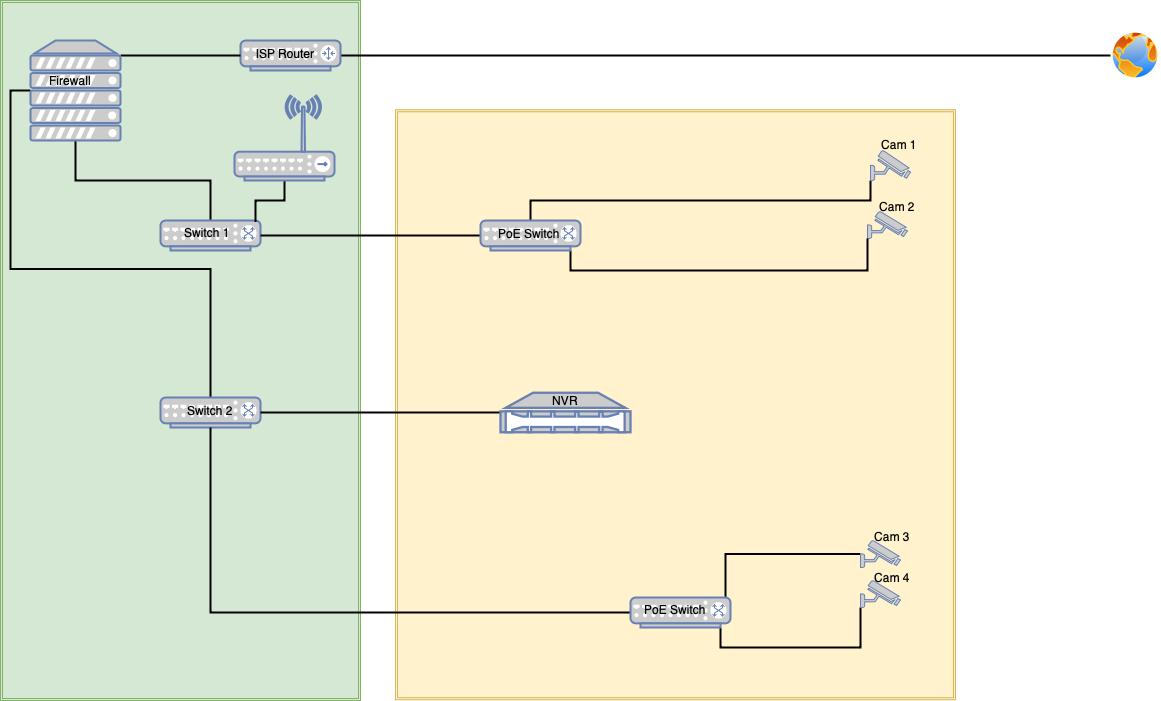
dherbolt/home-network keeps this draw.io diagram as diagram.png. Above is the earlier version. Source tidied: cells renumbered, new cells last; positions are measured from the earlier drawing's top-left corner, leaving out a move shared by most shapes.
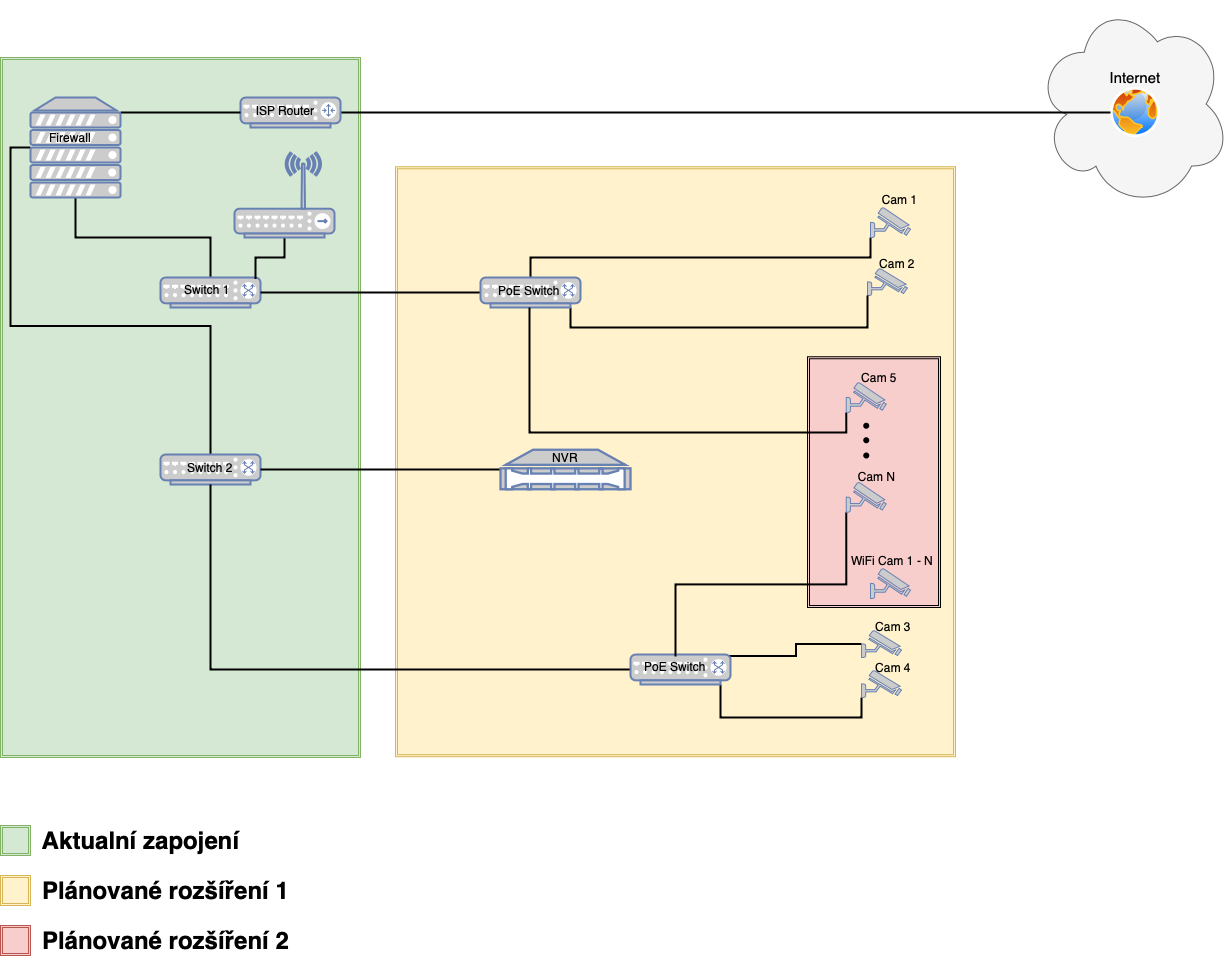
The same diagram one commit later.

The edit, as a diff of the source:
```diff
@@ -2,6 +2,9 @@
   <root>
     <mxCell id="0" style="html=1;" />
     <mxCell id="1" style="html=1;" parent="0" />
+    <mxCell id="40" style="ellipse;shape=cloud;whiteSpace=wrap;html=1;fontSize=15;fillColor=#f5f5f5;strokeColor=#666666;fontColor=#333333;" parent="1" vertex="1">
+      <mxGeometry x="1035" y="-57" width="195" height="207" as="geometry" />
+    </mxCell>
     <mxCell id="2" style="shape=ext;double=1;rounded=0;whiteSpace=wrap;html=1;fillColor=#d5e8d4;strokeColor=#82b366;" parent="1" vertex="1">
       <mxGeometry width="360" height="700" as="geometry" />
     </mxCell>
@@ -33,7 +36,7 @@
       <mxGeometry relative="1" as="geometry" />
     </mxCell>
     <mxCell id="12" style="fontColor=#0066CC;verticalAlign=top;verticalLabelPosition=bottom;labelPosition=center;align=center;html=1;outlineConnect=0;fillColor=#CCCCCC;strokeColor=#6881B3;gradientColor=none;gradientDirection=north;strokeWidth=2;shape=mxgraph.networks.security_camera;" parent="1" vertex="1">
-      <mxGeometry x="860" y="540" width="40" height="27" as="geometry" />
+      <mxGeometry x="861" y="573" width="40" height="27" as="geometry" />
     </mxCell>
     <mxCell id="13" style="edgeStyle=orthogonalEdgeStyle;rounded=0;jettySize=auto;html=1;exitX=0;exitY=0.5;exitDx=0;exitDy=0;exitPerimeter=0;entryX=1;entryY=0.5;entryDx=0;entryDy=0;entryPerimeter=0;endArrow=none;endFill=0;strokeWidth=2;" parent="1" edge="1" source="14" target="10">
       <mxGeometry relative="1" as="geometry" />
@@ -45,7 +48,7 @@
       <mxGeometry relative="1" as="geometry" />
     </mxCell>
     <mxCell id="16" style="fontColor=#0066CC;verticalAlign=top;verticalLabelPosition=bottom;labelPosition=center;align=center;html=1;outlineConnect=0;fillColor=#CCCCCC;strokeColor=#6881B3;gradientColor=none;gradientDirection=north;strokeWidth=2;shape=mxgraph.networks.security_camera;" parent="1" vertex="1">
-      <mxGeometry x="860" y="580" width="40" height="27" as="geometry" />
+      <mxGeometry x="861" y="613" width="40" height="27" as="geometry" />
     </mxCell>
     <mxCell id="17" style="fontColor=#0066CC;verticalAlign=top;verticalLabelPosition=bottom;labelPosition=center;align=center;html=1;outlineConnect=0;fillColor=#CCCCCC;strokeColor=#6881B3;gradientColor=none;gradientDirection=north;strokeWidth=2;shape=mxgraph.networks.security_camera;" parent="1" vertex="1">
       <mxGeometry x="867" y="211" width="40" height="27" as="geometry" />
@@ -105,16 +108,75 @@
       <mxGeometry x="234" y="95" width="100" height="85" as="geometry" />
     </mxCell>
     <mxCell id="36" value="Cam 1" style="text;html=1;strokeColor=none;fillColor=none;align=center;verticalAlign=middle;whiteSpace=wrap;rounded=0;" parent="1" vertex="1">
-      <mxGeometry x="879" y="134" width="40" height="20" as="geometry" />
+      <mxGeometry x="879" y="134" width="41" height="16" as="geometry" />
     </mxCell>
     <mxCell id="37" value="Cam 2" style="text;html=1;strokeColor=none;fillColor=none;align=center;verticalAlign=middle;whiteSpace=wrap;rounded=0;" parent="1" vertex="1">
       <mxGeometry x="877" y="196" width="40" height="20" as="geometry" />
     </mxCell>
     <mxCell id="38" value="Cam 3" style="text;html=1;strokeColor=none;fillColor=none;align=center;verticalAlign=middle;whiteSpace=wrap;rounded=0;" parent="1" vertex="1">
-      <mxGeometry x="872" y="526" width="40" height="20" as="geometry" />
+      <mxGeometry x="873" y="559" width="40" height="20" as="geometry" />
     </mxCell>
     <mxCell id="39" value="Cam 4" style="text;html=1;strokeColor=none;fillColor=none;align=center;verticalAlign=middle;whiteSpace=wrap;rounded=0;" parent="1" vertex="1">
-      <mxGeometry x="872" y="567" width="40" height="20" as="geometry" />
+      <mxGeometry x="873" y="600" width="40" height="20" as="geometry" />
     </mxCell>
+    <mxCell id="41" style="shape=ext;double=1;rounded=0;whiteSpace=wrap;html=1;fillColor=#F8CECC;" parent="1" vertex="1">
+      <mxGeometry x="807" y="299.2" width="133" height="250.8" as="geometry" />
+    </mxCell>
+    <mxCell id="42" style="fontColor=#0066CC;verticalAlign=top;verticalLabelPosition=bottom;labelPosition=center;align=center;html=1;fillColor=#CCCCCC;strokeColor=#6881B3;gradientColor=none;gradientDirection=north;strokeWidth=2;shape=mxgraph.networks.security_camera;" parent="1" vertex="1">
+      <mxGeometry x="870" y="511" width="40" height="30" as="geometry" />
+    </mxCell>
+    <mxCell id="43" value="WiFi Cam 1 - N" style="text;html=1;strokeColor=none;fillColor=none;align=center;verticalAlign=middle;whiteSpace=wrap;rounded=0;" parent="1" vertex="1">
+      <mxGeometry x="842" y="490" width="100" height="25.5" as="geometry" />
+    </mxCell>
+    <mxCell id="44" style="edgeStyle=orthogonalEdgeStyle;rounded=0;jettySize=auto;html=1;exitX=0;exitY=1;exitDx=0;exitDy=0;exitPerimeter=0;entryX=0.5;entryY=0;entryDx=0;entryDy=0;endArrow=none;endFill=0;strokeWidth=2;" parent="1" edge="1" source="45" target="31">
+      <mxGeometry relative="1" as="geometry" />
+    </mxCell>
+    <mxCell id="45" style="fontColor=#0066CC;verticalAlign=top;verticalLabelPosition=bottom;labelPosition=center;align=center;html=1;outlineConnect=0;fillColor=#CCCCCC;strokeColor=#6881B3;gradientColor=none;gradientDirection=north;strokeWidth=2;shape=mxgraph.networks.security_camera;" parent="1" vertex="1">
+      <mxGeometry x="845.8" y="424.8" width="40" height="30" as="geometry" />
+    </mxCell>
+    <mxCell id="46" value="Cam N" style="text;html=1;strokeColor=none;fillColor=none;align=center;verticalAlign=middle;whiteSpace=wrap;rounded=0;" parent="1" vertex="1">
+      <mxGeometry x="850" y="409" width="53.4" height="19" as="geometry" />
+    </mxCell>
+    <mxCell id="47" style="edgeStyle=orthogonalEdgeStyle;rounded=0;jettySize=auto;html=1;exitX=0;exitY=1;exitDx=0;exitDy=0;exitPerimeter=0;endArrow=none;endFill=0;strokeWidth=2;" parent="1" edge="1" source="48">
+      <mxGeometry relative="1" as="geometry">
+        <mxPoint x="529" y="250" as="targetPoint" />
+      </mxGeometry>
+    </mxCell>
+    <mxCell id="48" style="fontColor=#0066CC;verticalAlign=top;verticalLabelPosition=bottom;labelPosition=center;align=center;html=1;outlineConnect=0;fillColor=#CCCCCC;strokeColor=#6881B3;gradientColor=none;gradientDirection=north;strokeWidth=2;shape=mxgraph.networks.security_camera;" parent="1" vertex="1">
+      <mxGeometry x="845.8" y="325" width="40" height="30" as="geometry" />
+    </mxCell>
+    <mxCell id="49" value="Cam 5" style="text;html=1;strokeColor=none;fillColor=none;align=center;verticalAlign=middle;whiteSpace=wrap;rounded=0;" parent="1" vertex="1">
+      <mxGeometry x="850.8" y="310" width="56.2" height="20" as="geometry" />
+    </mxCell>
+    <mxCell id="50" style="shape=waypoint;sketch=0;size=6;fillColor=none;perimeter=centerPerimeter;fontSize=20;" parent="1" vertex="1">
+      <mxGeometry x="845.8" y="362.8" width="40" height="40" as="geometry" />
+    </mxCell>
+    <mxCell id="51" style="shape=waypoint;sketch=0;size=6;fillColor=none;perimeter=centerPerimeter;fontSize=20;" parent="1" vertex="1">
+      <mxGeometry x="845.8" y="348.2" width="40" height="40" as="geometry" />
+    </mxCell>
+    <mxCell id="52" style="shape=waypoint;sketch=0;size=6;fillColor=none;perimeter=centerPerimeter;fontSize=20;" parent="1" vertex="1">
+      <mxGeometry x="845.8" y="378" width="40" height="40" as="geometry" />
+    </mxCell>
+    <mxCell id="53" style="shape=ext;double=1;rounded=0;whiteSpace=wrap;html=1;fontSize=20;fillColor=#d5e8d4;strokeColor=#82b366;" parent="1" vertex="1">
+      <mxGeometry y="768" width="30" height="30" as="geometry" />
+    </mxCell>
+    <mxCell id="54" style="shape=ext;double=1;rounded=0;whiteSpace=wrap;html=1;fontSize=20;fillColor=#fff2cc;strokeColor=#d6b656;" parent="1" vertex="1">
+      <mxGeometry y="818" width="30" height="30" as="geometry" />
+    </mxCell>
+    <mxCell id="55" style="shape=ext;double=1;rounded=0;whiteSpace=wrap;html=1;fontSize=20;fillColor=#f8cecc;strokeColor=#b85450;" parent="1" vertex="1">
+      <mxGeometry y="868" width="30" height="30" as="geometry" />
+    </mxCell>
+    <mxCell id="56" value="Aktualní zapojení" style="text;strokeColor=none;fillColor=none;html=1;fontSize=24;fontStyle=1;verticalAlign=middle;align=center;" parent="1" vertex="1">
+      <mxGeometry x="30" y="763" width="220" height="40" as="geometry" />
+    </mxCell>
+    <mxCell id="57" value="Plánované rozšíření 1" style="text;strokeColor=none;fillColor=none;html=1;fontSize=24;fontStyle=1;verticalAlign=middle;align=center;" parent="1" vertex="1">
+      <mxGeometry x="50" y="813" width="230" height="40" as="geometry" />
+    </mxCell>
+    <mxCell id="58" value="Plánované rozšíření 2" style="text;strokeColor=none;fillColor=none;html=1;fontSize=24;fontStyle=1;verticalAlign=middle;align=center;" parent="1" vertex="1">
+      <mxGeometry x="50" y="863" width="230" height="40" as="geometry" />
+    </mxCell>
+    <mxCell id="59" value="Internet" style="text;html=1;strokeColor=none;fillColor=none;align=center;verticalAlign=middle;whiteSpace=wrap;rounded=0;fontSize=15;" parent="1" vertex="1">
+      <mxGeometry x="1115" y="10" width="40" height="20" as="geometry" />
+    </mxCell>
   </root>
 </mxGraphModel>
```
